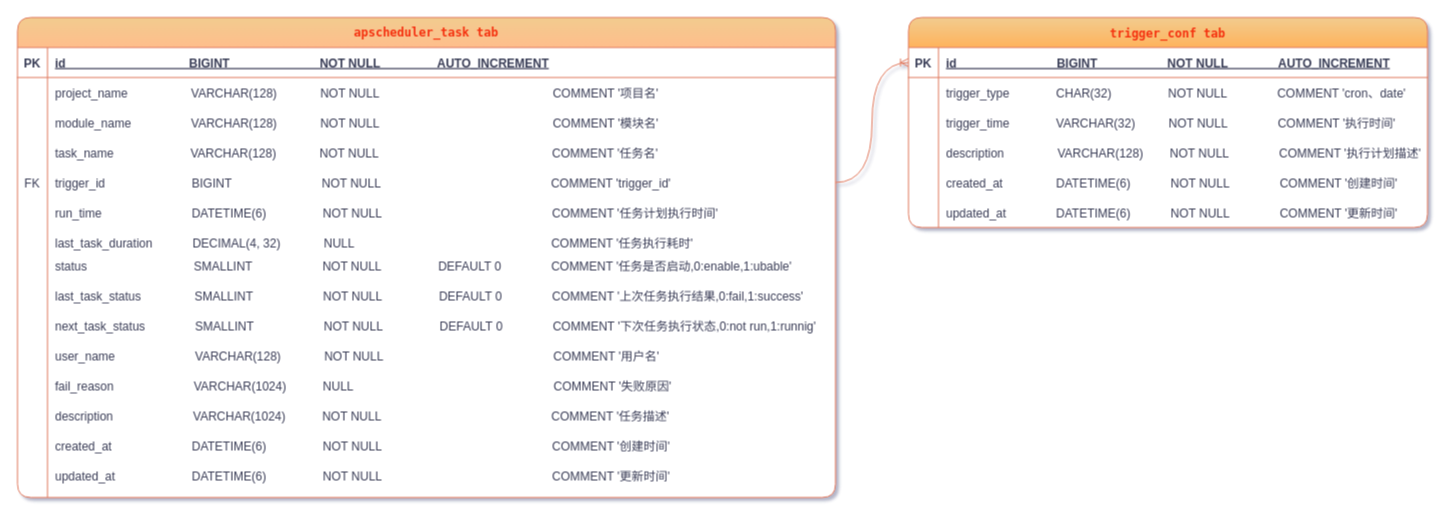
1325075688gw/-offer keeps this draw.io diagram as 未命名绘图.drawio. Above is the earlier version. Source tidied: cells renumbered, new cells numbered last; positions are measured from the earlier drawing's top-left corner, leaving out a move shared by most shapes. Both pictures are drawn from the tidied source at 100%, with x=0, y=0 at pixel (17, 17).
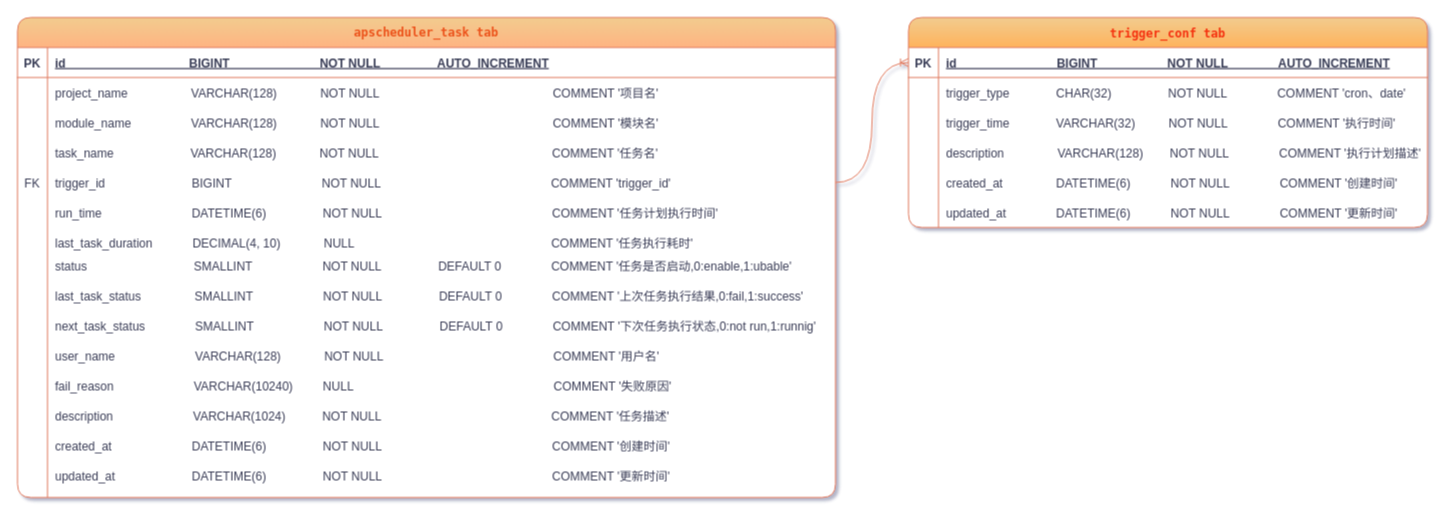
After the change.

Commit message:
更新未命名绘图.drawio

The change refers to these unchanged cells:
```xml
<mxCell id="40" style="shape=partialRectangle;fillColor=none;top=0;left=0;right=0;bottom=0;rounded=1;labelBackgroundColor=none;strokeColor=#E07A5F;fontColor=#393C56;" parent="21" vertex="1">
  <mxGeometry y="210" width="818" height="30" as="geometry" />
</mxCell>
<mxCell id="55" style="shape=partialRectangle;fillColor=none;top=0;left=0;right=0;bottom=0;rounded=1;labelBackgroundColor=none;strokeColor=#E07A5F;fontColor=#393C56;" parent="21" vertex="1">
  <mxGeometry y="360" width="818" height="30" as="geometry" />
</mxCell>
```

The edit, as a diff of the source:
```diff
@@
-    <mxCell id="21" value="apscheduler_task tab" style="shape=table;startSize=30;childLayout=tableLayout;rowLines=0;fontStyle=1;align=center;fontColor=#F53011;whiteSpace=wrap;swimlaneFillColor=default;labelBorderColor=none;labelBackgroundColor=none;rounded=1;fontFamily=Lucida Console;fillColor=#F2CC8F;shadow=0;strokeColor=#E07A5F;gradientColor=#FFBE8C;" parent="1" vertex="1">
+    <mxCell id="21" value="apscheduler_task tab" style="shape=table;startSize=30;childLayout=tableLayout;rowLines=0;fontStyle=1;align=center;fontColor=#EC521A;whiteSpace=wrap;swimlaneFillColor=default;labelBorderColor=none;labelBackgroundColor=none;rounded=1;fontFamily=Lucida Console;fillColor=#F2CC8F;shadow=0;strokeColor=#E07A5F;gradientColor=#FFB482;" parent="1" vertex="1">
       <mxGeometry width="818" height="480" as="geometry" />
     </mxCell>
@@
-    <mxCell id="42" value="last_task_duration            DECIMAL(4, 32)             NULL                                                           COMMENT '任务执行耗时'" style="shape=partialRectangle;overflow=hidden;fillColor=none;top=0;left=0;bottom=0;right=0;align=left;spacingLeft=6;strokeColor=#E07A5F;rounded=1;labelBackgroundColor=none;fontColor=#393C56;" parent="40" vertex="1">
+    <mxCell id="42" value="last_task_duration            DECIMAL(4, 10)             NULL                                                           COMMENT '任务执行耗时'" style="shape=partialRectangle;overflow=hidden;fillColor=none;top=0;left=0;bottom=0;right=0;align=left;spacingLeft=6;strokeColor=#E07A5F;rounded=1;labelBackgroundColor=none;fontColor=#393C56;" parent="40" vertex="1">
       <mxGeometry x="30" width="788" height="30" as="geometry" />
     </mxCell>
@@
-    <mxCell id="57" value="fail_reason                        VARCHAR(1024)           NULL                                                            COMMENT '失败原因'&#10; " style="shape=partialRectangle;overflow=hidden;fillColor=none;top=0;left=0;bottom=0;right=0;align=left;spacingLeft=6;strokeColor=#E07A5F;rounded=1;labelBackgroundColor=none;fontColor=#393C56;" parent="55" vertex="1">
+    <mxCell id="57" value="fail_reason                        VARCHAR(10240)         NULL                                                            COMMENT '失败原因'&#10; " style="shape=partialRectangle;overflow=hidden;fillColor=none;top=0;left=0;bottom=0;right=0;align=left;spacingLeft=6;strokeColor=#E07A5F;rounded=1;labelBackgroundColor=none;fontColor=#393C56;" parent="55" vertex="1">
       <mxGeometry x="30" width="788" height="30" as="geometry" />
     </mxCell>
```
